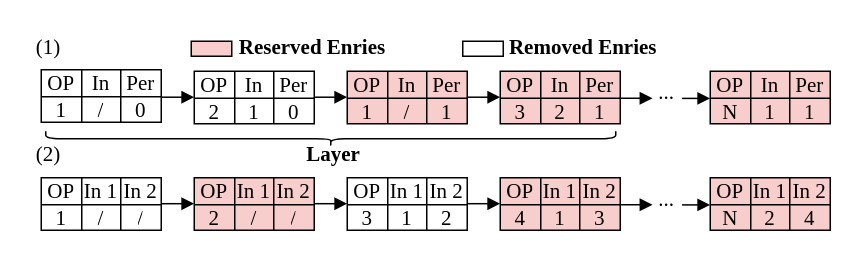
icszhr/NCheck keeps this draw.io diagram as fig/GC.drawio. Above is the earlier version. Source tidied: cells renumbered, new cells numbered last; positions are measured from the earlier drawing's top-left corner, leaving out a move shared by most shapes. Both pictures are drawn from the tidied source at 150%, with x=0, y=0 at pixel (26, -147).
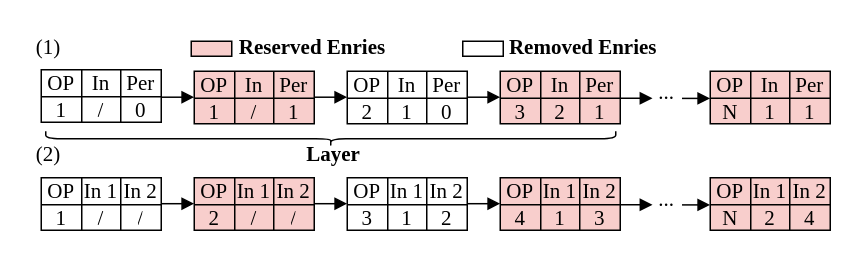
The same diagram, later.

The change refers to these unchanged cells:
```xml
<mxCell id="73" style="shape=tableRow;horizontal=0;startSize=0;swimlaneHead=0;swimlaneBody=0;strokeColor=inherit;top=0;left=0;bottom=0;right=0;fillColor=none;verticalAlign=bottom;fontFamily=Times New Roman;fontSize=14;" parent="68" vertex="1">
  <mxGeometry y="18" width="80" height="17" as="geometry" />
</mxCell>
<mxCell id="82" style="shape=tableRow;horizontal=0;startSize=0;swimlaneHead=0;swimlaneBody=0;strokeColor=inherit;top=0;left=0;bottom=0;right=0;fillColor=none;verticalAlign=bottom;fontFamily=Times New Roman;fontSize=14;" parent="77" vertex="1">
  <mxGeometry y="18" width="80" height="17" as="geometry" />
</mxCell>
```

What changed in the source:
```diff
@@
-    <mxCell id="68" style="shape=table;startSize=0;childLayout=tableLayout;verticalAlign=bottom;fontFamily=Times New Roman;fontSize=14;" parent="1" vertex="1">
+    <mxCell id="68" style="shape=table;startSize=0;childLayout=tableLayout;verticalAlign=bottom;fontFamily=Times New Roman;fontSize=14;fillColor=#f8cecc;" parent="1" vertex="1">
       <mxGeometry x="112" y="145" width="80" height="35" as="geometry" />
     </mxCell>
@@
-    <mxCell id="74" value="2" style="shape=partialRectangle;html=1;whiteSpace=wrap;strokeColor=inherit;overflow=hidden;fillColor=none;top=0;left=0;bottom=0;right=0;verticalAlign=bottom;fontFamily=Times New Roman;fontSize=14;" parent="73" vertex="1">
+    <mxCell id="74" value="1" style="shape=partialRectangle;html=1;whiteSpace=wrap;strokeColor=inherit;overflow=hidden;fillColor=none;top=0;left=0;bottom=0;right=0;verticalAlign=bottom;fontFamily=Times New Roman;fontSize=14;" parent="73" vertex="1">
       <mxGeometry width="27" height="17" as="geometry" />
     </mxCell>
-    <mxCell id="75" value="1" style="shape=partialRectangle;html=1;whiteSpace=wrap;strokeColor=inherit;overflow=hidden;fillColor=none;top=0;left=0;bottom=0;right=0;verticalAlign=bottom;fontFamily=Times New Roman;fontSize=14;" parent="73" vertex="1">
+    <mxCell id="75" value="/" style="shape=partialRectangle;html=1;whiteSpace=wrap;strokeColor=inherit;overflow=hidden;fillColor=none;top=0;left=0;bottom=0;right=0;verticalAlign=bottom;fontFamily=Times New Roman;fontSize=14;" parent="73" vertex="1">
       <mxGeometry x="27" width="26" height="17" as="geometry" />
     </mxCell>
-    <mxCell id="76" value="0" style="shape=partialRectangle;html=1;whiteSpace=wrap;strokeColor=inherit;overflow=hidden;fillColor=none;top=0;left=0;bottom=0;right=0;verticalAlign=bottom;fontFamily=Times New Roman;fontSize=14;" parent="73" vertex="1">
+    <mxCell id="76" value="1" style="shape=partialRectangle;html=1;whiteSpace=wrap;strokeColor=inherit;overflow=hidden;fillColor=none;top=0;left=0;bottom=0;right=0;verticalAlign=bottom;fontFamily=Times New Roman;fontSize=14;" parent="73" vertex="1">
       <mxGeometry x="53" width="27" height="17" as="geometry" />
     </mxCell>
-    <mxCell id="77" style="shape=table;startSize=0;childLayout=tableLayout;verticalAlign=bottom;fillStyle=auto;fontFamily=Times New Roman;fontSize=14;fillColor=#f8cecc;" parent="1" vertex="1">
+    <mxCell id="77" style="shape=table;startSize=0;childLayout=tableLayout;verticalAlign=bottom;fillStyle=auto;fontFamily=Times New Roman;fontSize=14;" parent="1" vertex="1">
       <mxGeometry x="214" y="145" width="80" height="35" as="geometry" />
     </mxCell>
@@
-    <mxCell id="83" value="1" style="shape=partialRectangle;html=1;whiteSpace=wrap;strokeColor=inherit;overflow=hidden;fillColor=none;top=0;left=0;bottom=0;right=0;verticalAlign=bottom;fontFamily=Times New Roman;fontSize=14;" parent="82" vertex="1">
+    <mxCell id="83" value="2" style="shape=partialRectangle;html=1;whiteSpace=wrap;strokeColor=inherit;overflow=hidden;fillColor=none;top=0;left=0;bottom=0;right=0;verticalAlign=bottom;fontFamily=Times New Roman;fontSize=14;" parent="82" vertex="1">
       <mxGeometry width="27" height="17" as="geometry" />
     </mxCell>
-    <mxCell id="84" value="/" style="shape=partialRectangle;html=1;whiteSpace=wrap;strokeColor=inherit;overflow=hidden;fillColor=none;top=0;left=0;bottom=0;right=0;verticalAlign=bottom;fontFamily=Times New Roman;fontSize=14;" parent="82" vertex="1">
+    <mxCell id="84" value="1" style="shape=partialRectangle;html=1;whiteSpace=wrap;strokeColor=inherit;overflow=hidden;fillColor=none;top=0;left=0;bottom=0;right=0;verticalAlign=bottom;fontFamily=Times New Roman;fontSize=14;" parent="82" vertex="1">
       <mxGeometry x="27" width="26" height="17" as="geometry" />
     </mxCell>
-    <mxCell id="85" value="1" style="shape=partialRectangle;html=1;whiteSpace=wrap;strokeColor=inherit;overflow=hidden;fillColor=none;top=0;left=0;bottom=0;right=0;verticalAlign=bottom;fontFamily=Times New Roman;fontSize=14;" parent="82" vertex="1">
+    <mxCell id="85" value="0" style="shape=partialRectangle;html=1;whiteSpace=wrap;strokeColor=inherit;overflow=hidden;fillColor=none;top=0;left=0;bottom=0;right=0;verticalAlign=bottom;fontFamily=Times New Roman;fontSize=14;" parent="82" vertex="1">
       <mxGeometry x="53" width="27" height="17" as="geometry" />
     </mxCell>
```
